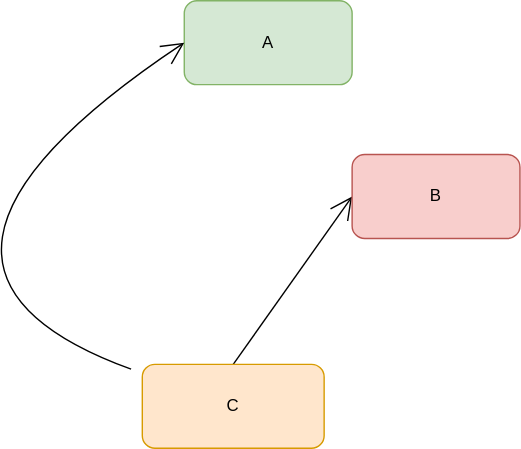
The draw.io diagram Test Embedding.drawio.svg in philip-gai/github-drawio-demo, before a commit. Source tidied: cells renumbered, new cells last; positions are measured from the earlier drawing's top-left corner, leaving out a move shared by most shapes.
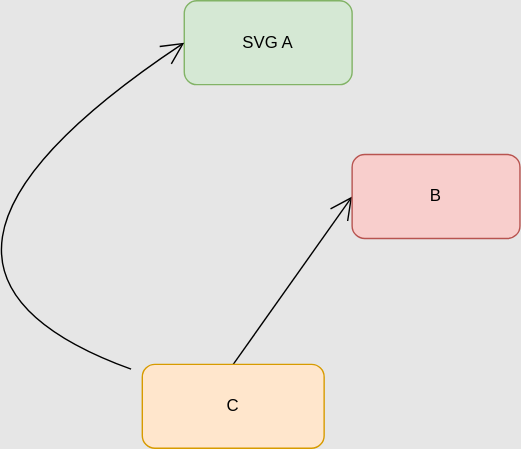
After the change.

Diff of the diagram source:
```diff
@@ -1,8 +1,8 @@
-<mxGraphModel>
+<mxGraphModel background="#E6E6E6">
   <root>
     <mxCell id="0" />
     <mxCell id="1" parent="0" />
-    <mxCell id="2" value="A" style="rounded=1;whiteSpace=wrap;html=1;fillColor=#d5e8d4;strokeColor=#82b366;" parent="1" vertex="1">
+    <mxCell id="2" value="SVG A" style="rounded=1;whiteSpace=wrap;html=1;fillColor=#d5e8d4;strokeColor=#82b366;" parent="1" vertex="1">
       <mxGeometry x="240" width="120" height="60" as="geometry" />
     </mxCell>
     <mxCell id="3" style="edgeStyle=none;jettySize=auto;html=1;entryX=0;entryY=0.5;entryDx=0;entryDy=0;endArrow=open;startSize=14;endSize=14;sourcePerimeterSpacing=8;targetPerimeterSpacing=8;exitX=0.5;exitY=0;exitDx=0;exitDy=0;strokeColor=default;curved=1;" parent="1" edge="1" source="5" target="6">
```
